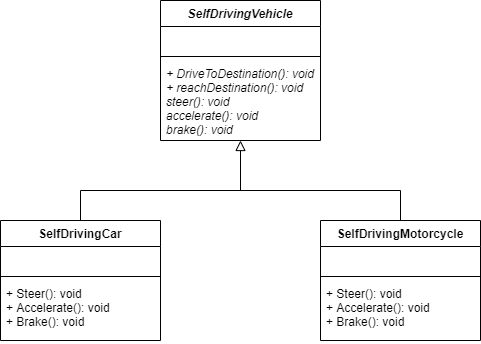
smitbmx/Architecture-Diagrams keeps this draw.io diagram as Design Patterns/Behavioral/Template Method/Template Method Class Diagram.png. Above is the earlier version. Source tidied: cells renumbered, new cells last; positions are measured from the earlier drawing's top-left corner, leaving out a move shared by most shapes.
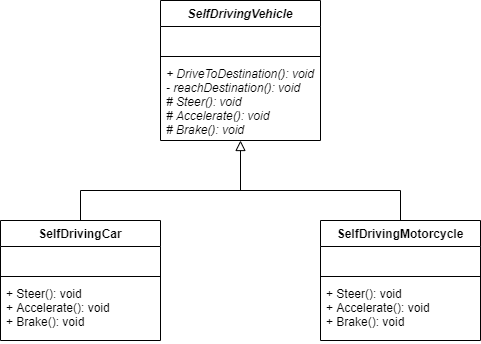
The same file after the commit.

Change to the diagram source:
```diff
@@ -11,7 +11,7 @@
     <mxCell id="4" style="line;strokeWidth=1;fillColor=none;align=left;verticalAlign=middle;spacingTop=-1;spacingLeft=3;spacingRight=3;labelPosition=right;" parent="2" vertex="1">
       <mxGeometry y="52" width="160" height="8" as="geometry" />
     </mxCell>
-    <mxCell id="5" value="+ DriveToDestination(): void&#10;+ reachDestination(): void&#10;steer(): void&#10;accelerate(): void&#10;brake(): void" style="text;strokeColor=none;fillColor=none;align=left;verticalAlign=top;spacingLeft=4;spacingRight=4;overflow=hidden;fontStyle=2;" parent="2" vertex="1">
+    <mxCell id="5" value="+ DriveToDestination(): void&#10;- reachDestination(): void&#10;# Steer(): void&#10;# Accelerate(): void&#10;# Brake(): void" style="text;strokeColor=none;fillColor=none;align=left;verticalAlign=top;spacingLeft=4;spacingRight=4;overflow=hidden;fontStyle=2;" parent="2" vertex="1">
       <mxGeometry y="60" width="160" height="80" as="geometry" />
     </mxCell>
     <mxCell id="6" value="SelfDrivingCar" style="swimlane;fontStyle=1;align=center;verticalAlign=top;horizontal=1;startSize=26;" parent="1" vertex="1">
```
